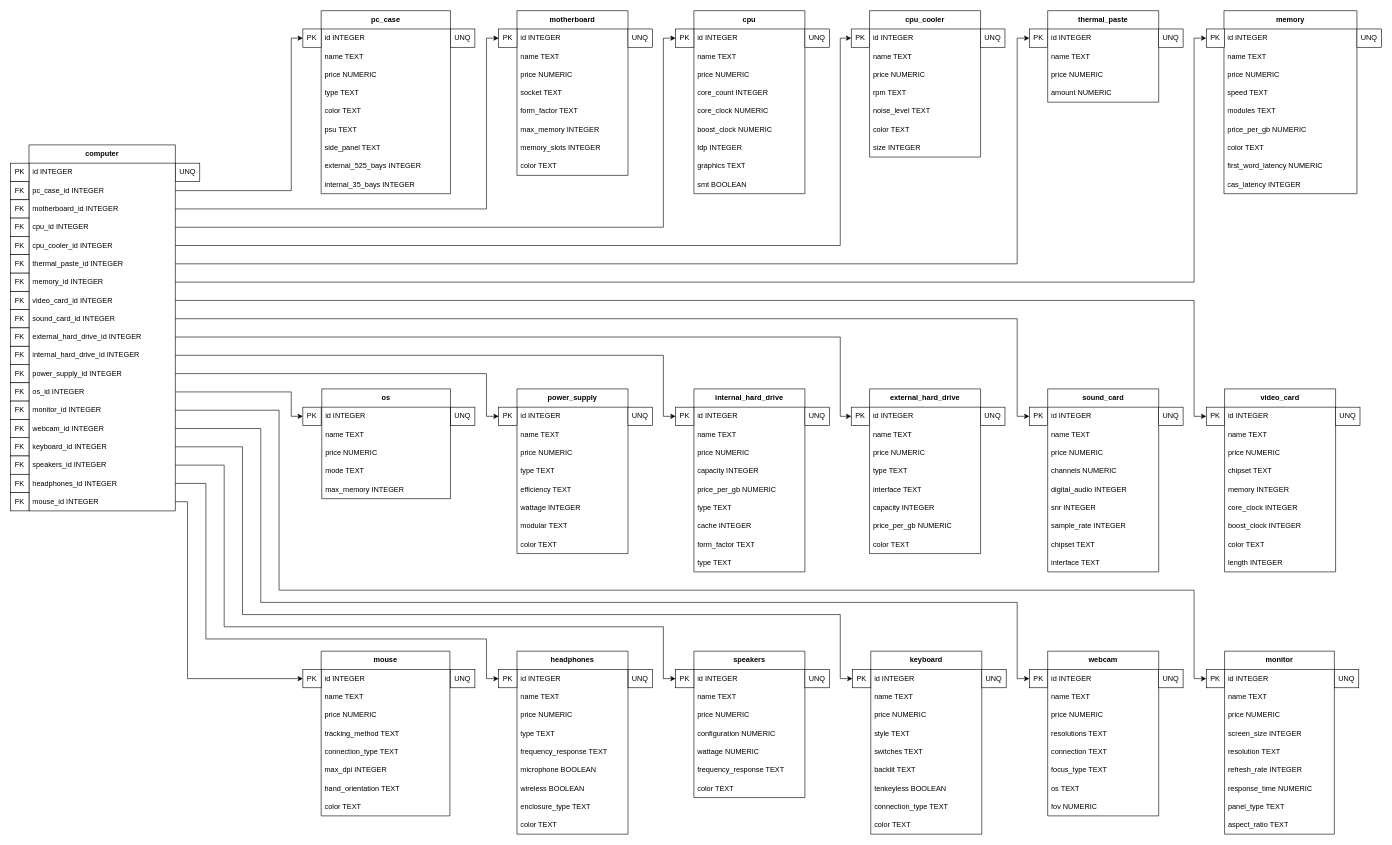
b-smyers/cs3620-pc-builder keeps this draw.io diagram as cs3620-pc-builder.drawio. Above is the earlier version. Source tidied: cells renumbered, new cells numbered last; positions are measured from the earlier drawing's top-left corner, leaving out a move shared by most shapes. Both pictures are drawn from the tidied source at 61%, with x=0, y=0 at pixel (10, 10).
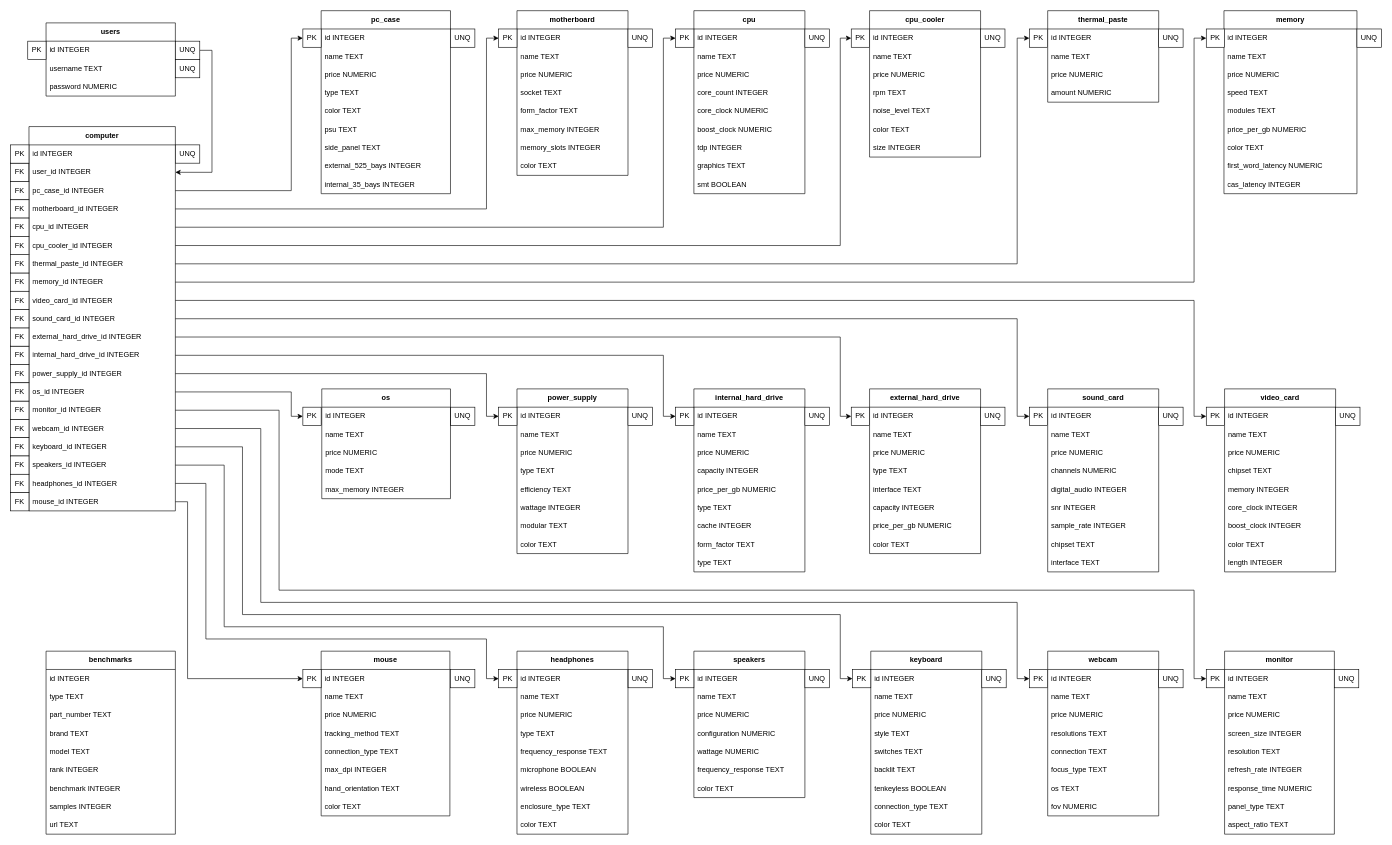
After the change.

Commit message (it also covers changes not shown here):
Update mockup and api server

The edit, as a diff of the source:
```diff
@@
     <mxCell id="2" value="FK" style="rounded=0;whiteSpace=wrap;html=1;" parent="1" vertex="1">
-      <mxGeometry y="280" width="30" height="30" as="geometry" />
+      <mxGeometry y="250" width="30" height="30" as="geometry" />
     </mxCell>
     <mxCell id="3" value="computer" style="swimlane;horizontal=1;startSize=30;whiteSpace=wrap;html=1;" parent="1" vertex="1">
-      <mxGeometry x="30" y="220" width="240" height="600" as="geometry" />
+      <mxGeometry x="30" y="190" width="240" height="630" as="geometry" />
     </mxCell>
@@
+    <mxCell id="258" value="user_id INTEGER" style="text;strokeColor=none;fillColor=none;align=left;verticalAlign=middle;spacingLeft=4;spacingRight=4;overflow=hidden;points=[[0,0.5],[1,0.5]];portConstraint=eastwest;whiteSpace=wrap;html=1;" parent="3" vertex="1">
+      <mxGeometry y="60" width="240" height="30" as="geometry" />
+    </mxCell>
     <mxCell id="5" value="pc_case_id INTEGER" style="text;strokeColor=none;fillColor=none;align=left;verticalAlign=middle;spacingLeft=4;spacingRight=4;overflow=hidden;points=[[0,0.5],[1,0.5]];portConstraint=eastwest;whiteSpace=wrap;html=1;" parent="3" vertex="1">
-      <mxGeometry y="60" width="240" height="30" as="geometry" />
+      <mxGeometry y="90" width="240" height="30" as="geometry" />
     </mxCell>
     <mxCell id="6" value="motherboard_id INTEGER" style="text;strokeColor=none;fillColor=none;align=left;verticalAlign=middle;spacingLeft=4;spacingRight=4;overflow=hidden;points=[[0,0.5],[1,0.5]];portConstraint=eastwest;whiteSpace=wrap;html=1;" parent="3" vertex="1">
-      <mxGeometry y="90" width="240" height="30" as="geometry" />
+      <mxGeometry y="120" width="240" height="30" as="geometry" />
     </mxCell>
     <mxCell id="7" value="cpu_id INTEGER" style="text;strokeColor=none;fillColor=none;align=left;verticalAlign=middle;spacingLeft=4;spacingRight=4;overflow=hidden;points=[[0,0.5],[1,0.5]];portConstraint=eastwest;whiteSpace=wrap;html=1;" parent="3" vertex="1">
-      <mxGeometry y="120" width="240" height="30" as="geometry" />
+      <mxGeometry y="150" width="240" height="30" as="geometry" />
     </mxCell>
     <mxCell id="8" value="cpu_cooler_id INTEGER" style="text;strokeColor=none;fillColor=none;align=left;verticalAlign=middle;spacingLeft=4;spacingRight=4;overflow=hidden;points=[[0,0.5],[1,0.5]];portConstraint=eastwest;whiteSpace=wrap;html=1;" parent="3" vertex="1">
-      <mxGeometry y="150" width="240" height="30" as="geometry" />
+      <mxGeometry y="180" width="240" height="30" as="geometry" />
     </mxCell>
     <mxCell id="9" value="thermal_paste_id INTEGER" style="text;strokeColor=none;fillColor=none;align=left;verticalAlign=middle;spacingLeft=4;spacingRight=4;overflow=hidden;points=[[0,0.5],[1,0.5]];portConstraint=eastwest;whiteSpace=wrap;html=1;" parent="3" vertex="1">
-      <mxGeometry y="180" width="240" height="30" as="geometry" />
+      <mxGeometry y="210" width="240" height="30" as="geometry" />
     </mxCell>
     <mxCell id="10" value="memory_id INTEGER" style="text;strokeColor=none;fillColor=none;align=left;verticalAlign=middle;spacingLeft=4;spacingRight=4;overflow=hidden;points=[[0,0.5],[1,0.5]];portConstraint=eastwest;whiteSpace=wrap;html=1;" parent="3" vertex="1">
-      <mxGeometry y="210" width="240" height="30" as="geometry" />
+      <mxGeometry y="240" width="240" height="30" as="geometry" />
     </mxCell>
     <mxCell id="11" value="video_card_id INTEGER" style="text;strokeColor=none;fillColor=none;align=left;verticalAlign=middle;spacingLeft=4;spacingRight=4;overflow=hidden;points=[[0,0.5],[1,0.5]];portConstraint=eastwest;whiteSpace=wrap;html=1;" parent="3" vertex="1">
-      <mxGeometry y="240" width="240" height="30" as="geometry" />
+      <mxGeometry y="270" width="240" height="30" as="geometry" />
     </mxCell>
     <mxCell id="12" value="sound_card_id INTEGER" style="text;strokeColor=none;fillColor=none;align=left;verticalAlign=middle;spacingLeft=4;spacingRight=4;overflow=hidden;points=[[0,0.5],[1,0.5]];portConstraint=eastwest;whiteSpace=wrap;html=1;" parent="3" vertex="1">
-      <mxGeometry y="270" width="240" height="30" as="geometry" />
+      <mxGeometry y="300" width="240" height="30" as="geometry" />
     </mxCell>
     <mxCell id="13" value="external_hard_drive_id INTEGER" style="text;strokeColor=none;fillColor=none;align=left;verticalAlign=middle;spacingLeft=4;spacingRight=4;overflow=hidden;points=[[0,0.5],[1,0.5]];portConstraint=eastwest;whiteSpace=wrap;html=1;" parent="3" vertex="1">
-      <mxGeometry y="300" width="240" height="30" as="geometry" />
+      <mxGeometry y="330" width="240" height="30" as="geometry" />
     </mxCell>
     <mxCell id="14" value="internal_hard_drive_id INTEGER" style="text;strokeColor=none;fillColor=none;align=left;verticalAlign=middle;spacingLeft=4;spacingRight=4;overflow=hidden;points=[[0,0.5],[1,0.5]];portConstraint=eastwest;whiteSpace=wrap;html=1;" parent="3" vertex="1">
-      <mxGeometry y="330" width="240" height="30" as="geometry" />
+      <mxGeometry y="360" width="240" height="30" as="geometry" />
     </mxCell>
     <mxCell id="15" value="power_supply_id INTEGER" style="text;strokeColor=none;fillColor=none;align=left;verticalAlign=middle;spacingLeft=4;spacingRight=4;overflow=hidden;points=[[0,0.5],[1,0.5]];portConstraint=eastwest;whiteSpace=wrap;html=1;" parent="3" vertex="1">
-      <mxGeometry y="360" width="240" height="30" as="geometry" />
+      <mxGeometry y="390" width="240" height="30" as="geometry" />
     </mxCell>
     <mxCell id="16" value="os_id INTEGER" style="text;strokeColor=none;fillColor=none;align=left;verticalAlign=middle;spacingLeft=4;spacingRight=4;overflow=hidden;points=[[0,0.5],[1,0.5]];portConstraint=eastwest;whiteSpace=wrap;html=1;" parent="3" vertex="1">
-      <mxGeometry y="390" width="240" height="30" as="geometry" />
+      <mxGeometry y="420" width="240" height="30" as="geometry" />
     </mxCell>
     <mxCell id="17" value="monitor_id INTEGER" style="text;strokeColor=none;fillColor=none;align=left;verticalAlign=middle;spacingLeft=4;spacingRight=4;overflow=hidden;points=[[0,0.5],[1,0.5]];portConstraint=eastwest;whiteSpace=wrap;html=1;" parent="3" vertex="1">
-      <mxGeometry y="420" width="240" height="30" as="geometry" />
+      <mxGeometry y="450" width="240" height="30" as="geometry" />
     </mxCell>
     <mxCell id="18" value="webcam_id INTEGER" style="text;strokeColor=none;fillColor=none;align=left;verticalAlign=middle;spacingLeft=4;spacingRight=4;overflow=hidden;points=[[0,0.5],[1,0.5]];portConstraint=eastwest;whiteSpace=wrap;html=1;" parent="3" vertex="1">
-      <mxGeometry y="450" width="240" height="30" as="geometry" />
+      <mxGeometry y="480" width="240" height="30" as="geometry" />
     </mxCell>
     <mxCell id="19" value="keyboard_id INTEGER" style="text;strokeColor=none;fillColor=none;align=left;verticalAlign=middle;spacingLeft=4;spacingRight=4;overflow=hidden;points=[[0,0.5],[1,0.5]];portConstraint=eastwest;whiteSpace=wrap;html=1;" parent="3" vertex="1">
-      <mxGeometry y="480" width="240" height="30" as="geometry" />
+      <mxGeometry y="510" width="240" height="30" as="geometry" />
     </mxCell>
     <mxCell id="20" value="speakers_id INTEGER" style="text;strokeColor=none;fillColor=none;align=left;verticalAlign=middle;spacingLeft=4;spacingRight=4;overflow=hidden;points=[[0,0.5],[1,0.5]];portConstraint=eastwest;whiteSpace=wrap;html=1;" parent="3" vertex="1">
-      <mxGeometry y="510" width="240" height="30" as="geometry" />
+      <mxGeometry y="540" width="240" height="30" as="geometry" />
     </mxCell>
     <mxCell id="21" value="headphones_id INTEGER" style="text;strokeColor=none;fillColor=none;align=left;verticalAlign=middle;spacingLeft=4;spacingRight=4;overflow=hidden;points=[[0,0.5],[1,0.5]];portConstraint=eastwest;whiteSpace=wrap;html=1;" parent="3" vertex="1">
-      <mxGeometry y="540" width="240" height="30" as="geometry" />
+      <mxGeometry y="570" width="240" height="30" as="geometry" />
     </mxCell>
     <mxCell id="22" value="mouse_id INTEGER" style="text;strokeColor=none;fillColor=none;align=left;verticalAlign=middle;spacingLeft=4;spacingRight=4;overflow=hidden;points=[[0,0.5],[1,0.5]];portConstraint=eastwest;whiteSpace=wrap;html=1;" parent="3" vertex="1">
-      <mxGeometry y="570" width="240" height="30" as="geometry" />
+      <mxGeometry y="600" width="240" height="30" as="geometry" />
     </mxCell>
     <mxCell id="23" value="PK" style="rounded=0;whiteSpace=wrap;html=1;" parent="1" vertex="1">
-      <mxGeometry y="250" width="30" height="30" as="geometry" />
+      <mxGeometry y="220" width="30" height="30" as="geometry" />
     </mxCell>
     <mxCell id="24" value="UNQ" style="rounded=0;whiteSpace=wrap;html=1;" parent="1" vertex="1">
-      <mxGeometry x="270" y="250" width="40" height="30" as="geometry" />
+      <mxGeometry x="270" y="220" width="40" height="30" as="geometry" />
     </mxCell>
     <mxCell id="25" value="FK" style="rounded=0;whiteSpace=wrap;html=1;" parent="1" vertex="1">
-      <mxGeometry y="310" width="30" height="30" as="geometry" />
+      <mxGeometry y="280" width="30" height="30" as="geometry" />
     </mxCell>
     <mxCell id="26" value="FK" style="rounded=0;whiteSpace=wrap;html=1;" parent="1" vertex="1">
-      <mxGeometry y="340" width="30" height="30" as="geometry" />
+      <mxGeometry y="310" width="30" height="30" as="geometry" />
     </mxCell>
     <mxCell id="27" value="FK" style="rounded=0;whiteSpace=wrap;html=1;" parent="1" vertex="1">
-      <mxGeometry y="370" width="30" height="30" as="geometry" />
+      <mxGeometry y="340" width="30" height="30" as="geometry" />
     </mxCell>
     <mxCell id="28" value="FK" style="rounded=0;whiteSpace=wrap;html=1;" parent="1" vertex="1">
-      <mxGeometry y="460" width="30" height="30" as="geometry" />
+      <mxGeometry y="430" width="30" height="30" as="geometry" />
     </mxCell>
     <mxCell id="29" value="FK" style="rounded=0;whiteSpace=wrap;html=1;" parent="1" vertex="1">
-      <mxGeometry y="490" width="30" height="30" as="geometry" />
+      <mxGeometry y="460" width="30" height="30" as="geometry" />
     </mxCell>
     <mxCell id="30" value="FK" style="rounded=0;whiteSpace=wrap;html=1;" parent="1" vertex="1">
-      <mxGeometry y="430" width="30" height="30" as="geometry" />
+      <mxGeometry y="400" width="30" height="30" as="geometry" />
     </mxCell>
     <mxCell id="31" value="FK" style="rounded=0;whiteSpace=wrap;html=1;" parent="1" vertex="1">
-      <mxGeometry y="400" width="30" height="30" as="geometry" />
+      <mxGeometry y="370" width="30" height="30" as="geometry" />
     </mxCell>
     <mxCell id="32" value="FK" style="rounded=0;whiteSpace=wrap;html=1;" parent="1" vertex="1">
-      <mxGeometry y="580" width="30" height="30" as="geometry" />
+      <mxGeometry y="550" width="30" height="30" as="geometry" />
     </mxCell>
     <mxCell id="33" value="FK" style="rounded=0;whiteSpace=wrap;html=1;" parent="1" vertex="1">
-      <mxGeometry y="610" width="30" height="30" as="geometry" />
+      <mxGeometry y="580" width="30" height="30" as="geometry" />
     </mxCell>
     <mxCell id="34" value="FK" style="rounded=0;whiteSpace=wrap;html=1;" parent="1" vertex="1">
-      <mxGeometry y="550" width="30" height="30" as="geometry" />
+      <mxGeometry y="520" width="30" height="30" as="geometry" />
     </mxCell>
     <mxCell id="35" value="FK" style="rounded=0;whiteSpace=wrap;html=1;" parent="1" vertex="1">
-      <mxGeometry y="520" width="30" height="30" as="geometry" />
+      <mxGeometry y="490" width="30" height="30" as="geometry" />
     </mxCell>
     <mxCell id="36" value="FK" style="rounded=0;whiteSpace=wrap;html=1;" parent="1" vertex="1">
-      <mxGeometry y="700" width="30" height="30" as="geometry" />
+      <mxGeometry y="670" width="30" height="30" as="geometry" />
     </mxCell>
     <mxCell id="37" value="FK" style="rounded=0;whiteSpace=wrap;html=1;" parent="1" vertex="1">
-      <mxGeometry y="730" width="30" height="30" as="geometry" />
+      <mxGeometry y="700" width="30" height="30" as="geometry" />
     </mxCell>
     <mxCell id="38" value="FK" style="rounded=0;whiteSpace=wrap;html=1;" parent="1" vertex="1">
-      <mxGeometry y="670" width="30" height="30" as="geometry" />
+      <mxGeometry y="640" width="30" height="30" as="geometry" />
     </mxCell>
     <mxCell id="39" value="FK" style="rounded=0;whiteSpace=wrap;html=1;" parent="1" vertex="1">
-      <mxGeometry y="640" width="30" height="30" as="geometry" />
+      <mxGeometry y="610" width="30" height="30" as="geometry" />
     </mxCell>
     <mxCell id="40" value="FK" style="rounded=0;whiteSpace=wrap;html=1;" parent="1" vertex="1">
-      <mxGeometry y="760" width="30" height="30" as="geometry" />
+      <mxGeometry y="730" width="30" height="30" as="geometry" />
     </mxCell>
     <mxCell id="41" value="FK" style="rounded=0;whiteSpace=wrap;html=1;" parent="1" vertex="1">
-      <mxGeometry y="790" width="30" height="30" as="geometry" />
+      <mxGeometry y="760" width="30" height="30" as="geometry" />
     </mxCell>
@@
+    <mxCell id="259" value="FK" style="rounded=0;whiteSpace=wrap;html=1;" parent="1" vertex="1">
+      <mxGeometry y="790" width="30" height="30" as="geometry" />
+    </mxCell>
+    <mxCell id="260" value="users" style="swimlane;horizontal=1;startSize=30;whiteSpace=wrap;html=1;" parent="1" vertex="1">
+      <mxGeometry x="58" y="20" width="212" height="120" as="geometry" />
+    </mxCell>
+    <mxCell id="261" value="id INTEGER" style="text;strokeColor=none;fillColor=none;align=left;verticalAlign=middle;spacingLeft=4;spacingRight=4;overflow=hidden;whiteSpace=wrap;html=1;" parent="260" vertex="1">
+      <mxGeometry y="30" width="212" height="30" as="geometry" />
+    </mxCell>
+    <mxCell id="262" value="username TEXT" style="text;strokeColor=none;fillColor=none;align=left;verticalAlign=middle;spacingLeft=4;spacingRight=4;overflow=hidden;whiteSpace=wrap;html=1;" parent="260" vertex="1">
+      <mxGeometry y="60" width="212" height="30" as="geometry" />
+    </mxCell>
+    <mxCell id="263" value="password NUMERIC" style="text;strokeColor=none;fillColor=none;align=left;verticalAlign=middle;spacingLeft=4;spacingRight=4;overflow=hidden;whiteSpace=wrap;html=1;" parent="260" vertex="1">
+      <mxGeometry y="90" width="212" height="30" as="geometry" />
+    </mxCell>
+    <mxCell id="264" style="edgeStyle=orthogonalEdgeStyle;rounded=0;jettySize=auto;html=1;exitX=1;exitY=0.5;exitDx=0;exitDy=0;entryX=1;entryY=0.5;entryDx=0;entryDy=0;" parent="1" edge="1" source="265" target="258">
+      <mxGeometry relative="1" as="geometry" />
+    </mxCell>
+    <mxCell id="265" value="UNQ" style="rounded=0;whiteSpace=wrap;html=1;" parent="1" vertex="1">
+      <mxGeometry x="270" y="50" width="40" height="30" as="geometry" />
+    </mxCell>
+    <mxCell id="266" value="PK" style="rounded=0;whiteSpace=wrap;html=1;" parent="1" vertex="1">
+      <mxGeometry x="28" y="50" width="30" height="30" as="geometry" />
+    </mxCell>
+    <mxCell id="267" value="UNQ" style="rounded=0;whiteSpace=wrap;html=1;" parent="1" vertex="1">
+      <mxGeometry x="270" y="80" width="40" height="30" as="geometry" />
+    </mxCell>
+    <mxCell id="268" value="benchmarks" style="swimlane;horizontal=1;startSize=30;whiteSpace=wrap;html=1;" parent="1" vertex="1">
+      <mxGeometry x="58" y="1050" width="212" height="300" as="geometry" />
+    </mxCell>
+    <mxCell id="269" value="id INTEGER" style="text;strokeColor=none;fillColor=none;align=left;verticalAlign=middle;spacingLeft=4;spacingRight=4;overflow=hidden;whiteSpace=wrap;html=1;" parent="268" vertex="1">
+      <mxGeometry y="30" width="212" height="30" as="geometry" />
+    </mxCell>
+    <mxCell id="270" value="type TEXT" style="text;strokeColor=none;fillColor=none;align=left;verticalAlign=middle;spacingLeft=4;spacingRight=4;overflow=hidden;whiteSpace=wrap;html=1;" parent="268" vertex="1">
+      <mxGeometry y="60" width="212" height="30" as="geometry" />
+    </mxCell>
+    <mxCell id="271" value="part_number TEXT" style="text;strokeColor=none;fillColor=none;align=left;verticalAlign=middle;spacingLeft=4;spacingRight=4;overflow=hidden;whiteSpace=wrap;html=1;" parent="268" vertex="1">
+      <mxGeometry y="90" width="212" height="30" as="geometry" />
+    </mxCell>
+    <mxCell id="272" value="brand TEXT" style="text;strokeColor=none;fillColor=none;align=left;verticalAlign=middle;spacingLeft=4;spacingRight=4;overflow=hidden;whiteSpace=wrap;html=1;" parent="268" vertex="1">
+      <mxGeometry y="120" width="212" height="30" as="geometry" />
+    </mxCell>
+    <mxCell id="273" value="model TEXT" style="text;strokeColor=none;fillColor=none;align=left;verticalAlign=middle;spacingLeft=4;spacingRight=4;overflow=hidden;whiteSpace=wrap;html=1;" parent="268" vertex="1">
+      <mxGeometry y="150" width="212" height="30" as="geometry" />
+    </mxCell>
+    <mxCell id="274" value="rank INTEGER" style="text;strokeColor=none;fillColor=none;align=left;verticalAlign=middle;spacingLeft=4;spacingRight=4;overflow=hidden;whiteSpace=wrap;html=1;" parent="268" vertex="1">
+      <mxGeometry y="180" width="212" height="30" as="geometry" />
+    </mxCell>
+    <mxCell id="275" value="benchmark INTEGER" style="text;strokeColor=none;fillColor=none;align=left;verticalAlign=middle;spacingLeft=4;spacingRight=4;overflow=hidden;whiteSpace=wrap;html=1;" parent="268" vertex="1">
+      <mxGeometry y="210" width="212" height="30" as="geometry" />
+    </mxCell>
+    <mxCell id="276" value="samples INTEGER" style="text;strokeColor=none;fillColor=none;align=left;verticalAlign=middle;spacingLeft=4;spacingRight=4;overflow=hidden;whiteSpace=wrap;html=1;" parent="268" vertex="1">
+      <mxGeometry y="240" width="212" height="30" as="geometry" />
+    </mxCell>
+    <mxCell id="277" value="url TEXT" style="text;strokeColor=none;fillColor=none;align=left;verticalAlign=middle;spacingLeft=4;spacingRight=4;overflow=hidden;whiteSpace=wrap;html=1;" parent="268" vertex="1">
+      <mxGeometry y="270" width="212" height="30" as="geometry" />
+    </mxCell>
```
